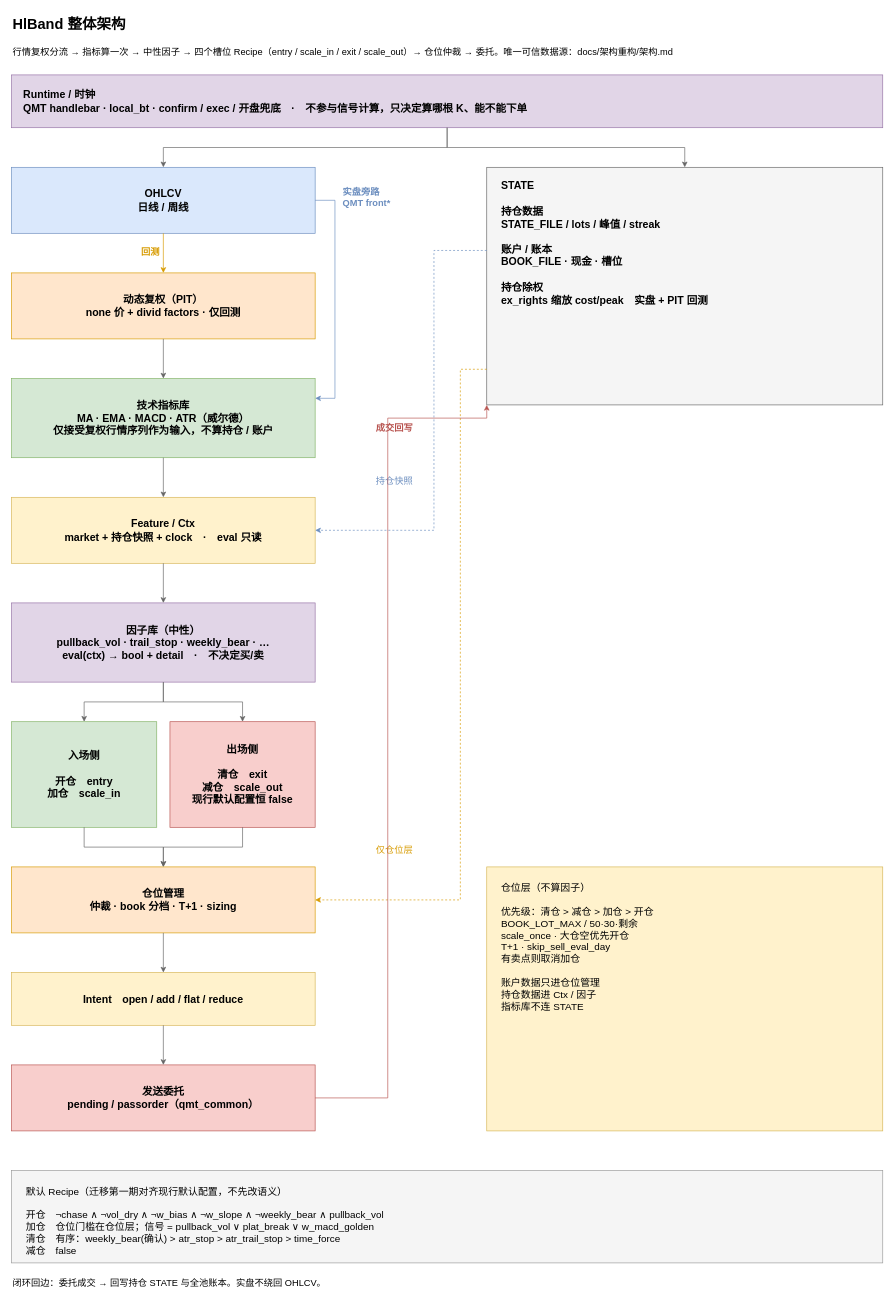
vigo-wu/strategy-tracking keeps this draw.io diagram as factor_band/docs/架构说明/策略架构.drawio. Above is the earlier version. Source tidied: cells renumbered, new cells numbered last; positions are measured from the earlier drawing's top-left corner, leaving out a move shared by most shapes. Both pictures are drawn from the tidied source at 66%, with x=0, y=0 at pixel (11, 11).
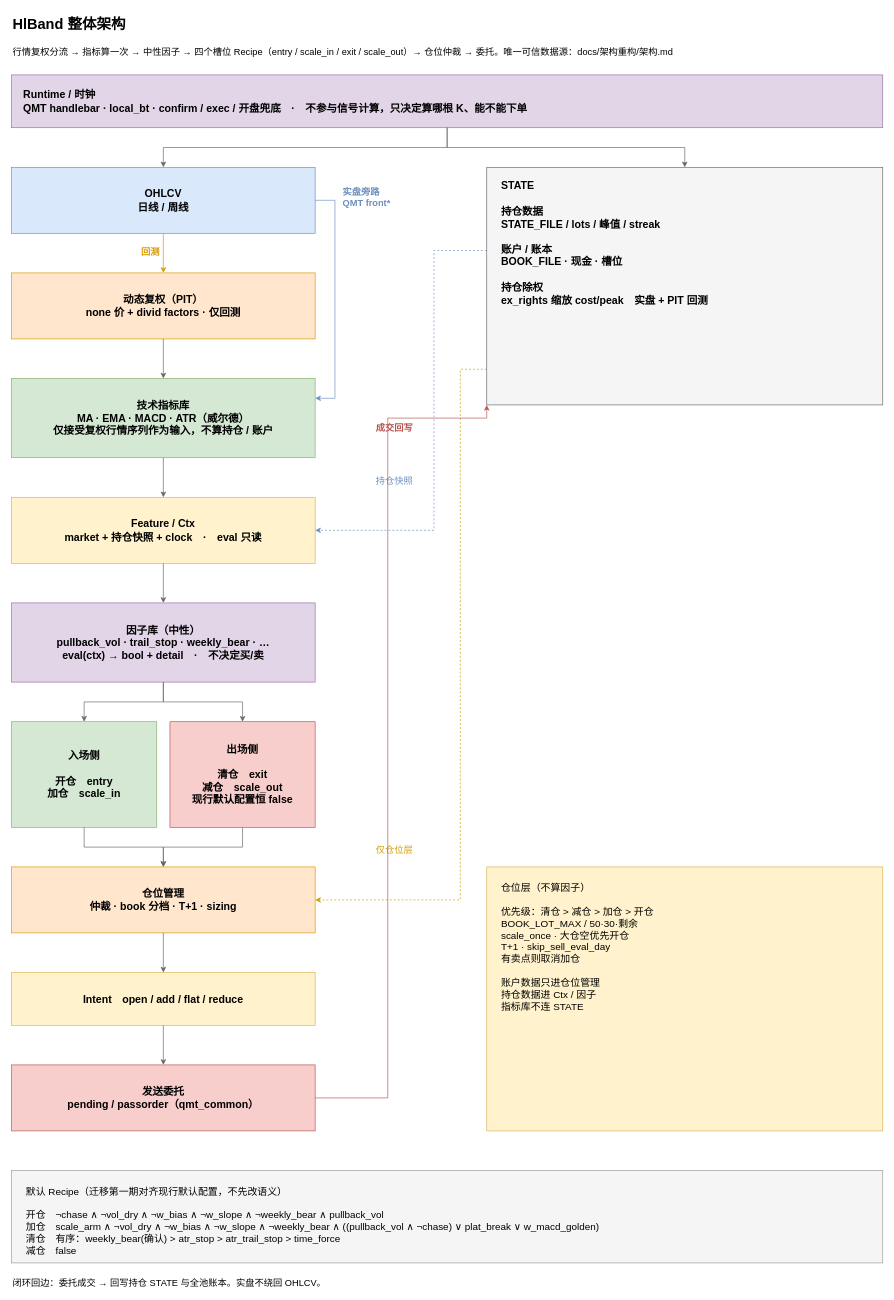
The same diagram, later.

The edit, as a diff of the source:
```diff
@@
-    <mxCell id="17" value="默认 Recipe（迁移第一期对齐现行默认配置，不先改语义）&lt;br&gt;&lt;br&gt;开仓　¬chase ∧ ¬vol_dry ∧ ¬w_bias ∧ ¬w_slope ∧ ¬weekly_bear ∧ pullback_vol&lt;br&gt;加仓　仓位门槛在仓位层；信号 = pullback_vol ∨ plat_break ∨ w_macd_golden&lt;br&gt;清仓　有序：weekly_bear(确认) &gt; atr_stop &gt; atr_trail_stop &gt; time_force&lt;br&gt;减仓　false" style="rounded=0;whiteSpace=wrap;html=1;align=left;verticalAlign=top;fillColor=#f5f5f5;strokeColor=#999999;spacingLeft=20;spacingTop=16;spacingRight=16;fontSize=15;fontFamily=Microsoft YaHei;" parent="1" vertex="1">
+    <mxCell id="17" value="默认 Recipe（迁移第一期对齐现行默认配置，不先改语义）&lt;br&gt;&lt;br&gt;开仓　¬chase ∧ ¬vol_dry ∧ ¬w_bias ∧ ¬w_slope ∧ ¬weekly_bear ∧ pullback_vol&lt;br&gt;加仓　scale_arm ∧ ¬vol_dry ∧ ¬w_bias ∧ ¬w_slope ∧ ¬weekly_bear ∧ ((pullback_vol ∧ ¬chase) ∨ plat_break ∨ w_macd_golden)&lt;br&gt;清仓　有序：weekly_bear(确认) &gt; atr_stop &gt; atr_trail_stop &gt; time_force&lt;br&gt;减仓　false" style="rounded=0;whiteSpace=wrap;html=1;align=left;verticalAlign=top;fillColor=#f5f5f5;strokeColor=#999999;spacingLeft=20;spacingTop=16;spacingRight=16;fontSize=15;fontFamily=Microsoft YaHei;" parent="1" vertex="1">
       <mxGeometry y="1756" width="1320" height="140" as="geometry" />
     </mxCell>
```
